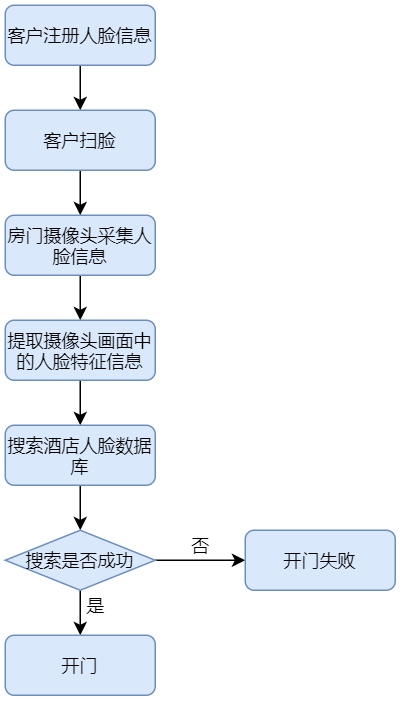
AndSonder/smart-hotel-database keeps this draw.io diagram as docs/src/扫脸开门.png. Above is the earlier version. Source tidied: cells renumbered, new cells last; positions are measured from the earlier drawing's top-left corner, leaving out a move shared by most shapes. The source it was exported from:
```xml
<mxGraphModel>
  <root>
    <mxCell id="0" />
    <mxCell id="1" parent="0" />
    <mxCell id="2" style="edgeStyle=orthogonalEdgeStyle;rounded=0;jettySize=auto;html=1;exitX=0.5;exitY=1;exitDx=0;exitDy=0;entryX=0.5;entryY=0;entryDx=0;entryDy=0;" parent="1" edge="1" source="3" target="5">
      <mxGeometry relative="1" as="geometry" />
    </mxCell>
    <mxCell id="3" value="客户注册人脸信息" style="rounded=1;whiteSpace=wrap;html=1;fontSize=12;glass=0;strokeWidth=1;shadow=0;fillColor=#dae8fc;strokeColor=#6c8ebf;" parent="1" vertex="1">
      <mxGeometry width="100" height="40" as="geometry" />
    </mxCell>
    <mxCell id="4" style="edgeStyle=orthogonalEdgeStyle;rounded=0;jettySize=auto;html=1;exitX=0.5;exitY=1;exitDx=0;exitDy=0;entryX=0.5;entryY=0;entryDx=0;entryDy=0;" parent="1" edge="1" source="5" target="7">
      <mxGeometry relative="1" as="geometry" />
    </mxCell>
    <mxCell id="5" value="客户扫脸" style="rounded=1;whiteSpace=wrap;html=1;fontSize=12;glass=0;strokeWidth=1;shadow=0;fillColor=#dae8fc;strokeColor=#6c8ebf;" parent="1" vertex="1">
      <mxGeometry y="70" width="100" height="40" as="geometry" />
    </mxCell>
    <mxCell id="6" style="edgeStyle=orthogonalEdgeStyle;rounded=0;jettySize=auto;html=1;exitX=0.5;exitY=1;exitDx=0;exitDy=0;entryX=0.5;entryY=0;entryDx=0;entryDy=0;" parent="1" edge="1" source="7" target="9">
      <mxGeometry relative="1" as="geometry" />
    </mxCell>
    <mxCell id="7" value="房门摄像头采集人脸信息" style="rounded=1;whiteSpace=wrap;html=1;fontSize=12;glass=0;strokeWidth=1;shadow=0;fillColor=#dae8fc;strokeColor=#6c8ebf;" parent="1" vertex="1">
      <mxGeometry y="140" width="100" height="40" as="geometry" />
    </mxCell>
    <mxCell id="8" style="edgeStyle=orthogonalEdgeStyle;rounded=0;jettySize=auto;html=1;exitX=0.5;exitY=1;exitDx=0;exitDy=0;" parent="1" edge="1" source="9" target="11">
      <mxGeometry relative="1" as="geometry" />
    </mxCell>
    <mxCell id="9" value="提取摄像头画面中的人脸特征信息" style="rounded=1;whiteSpace=wrap;html=1;fontSize=12;glass=0;strokeWidth=1;shadow=0;fillColor=#dae8fc;strokeColor=#6c8ebf;" parent="1" vertex="1">
      <mxGeometry y="210" width="100" height="40" as="geometry" />
    </mxCell>
    <mxCell id="10" style="edgeStyle=orthogonalEdgeStyle;rounded=0;jettySize=auto;html=1;exitX=0.5;exitY=1;exitDx=0;exitDy=0;entryX=0.5;entryY=0;entryDx=0;entryDy=0;" parent="1" edge="1" source="11" target="14">
      <mxGeometry relative="1" as="geometry" />
    </mxCell>
    <mxCell id="11" value="搜索酒店人脸数据库" style="rounded=1;whiteSpace=wrap;html=1;fontSize=12;glass=0;strokeWidth=1;shadow=0;fillColor=#dae8fc;strokeColor=#6c8ebf;" parent="1" vertex="1">
      <mxGeometry y="280" width="100" height="40" as="geometry" />
    </mxCell>
    <mxCell id="12" style="edgeStyle=orthogonalEdgeStyle;rounded=0;jettySize=auto;html=1;" parent="1" edge="1" source="14" target="15">
      <mxGeometry relative="1" as="geometry" />
    </mxCell>
    <mxCell id="13" style="edgeStyle=orthogonalEdgeStyle;rounded=0;jettySize=auto;html=1;exitX=1;exitY=0.5;exitDx=0;exitDy=0;" parent="1" edge="1" source="14" target="17">
      <mxGeometry relative="1" as="geometry" />
    </mxCell>
    <mxCell id="14" value="搜索是否成功" style="rhombus;whiteSpace=wrap;html=1;fillColor=#dae8fc;strokeColor=#6c8ebf;" parent="1" vertex="1">
      <mxGeometry y="350" width="100" height="40" as="geometry" />
    </mxCell>
    <mxCell id="15" value="开门" style="rounded=1;whiteSpace=wrap;html=1;fontSize=12;glass=0;strokeWidth=1;shadow=0;fillColor=#dae8fc;strokeColor=#6c8ebf;" parent="1" vertex="1">
      <mxGeometry y="420" width="100" height="40" as="geometry" />
    </mxCell>
    <mxCell id="16" value="是" style="text;html=1;align=center;verticalAlign=middle;strokeColor=none;" parent="1" vertex="1">
      <mxGeometry x="45" y="390" width="30" height="20" as="geometry" />
    </mxCell>
    <mxCell id="17" value="开门失败" style="rounded=1;whiteSpace=wrap;html=1;fontSize=12;glass=0;strokeWidth=1;shadow=0;fillColor=#dae8fc;strokeColor=#6c8ebf;" parent="1" vertex="1">
      <mxGeometry x="160" y="350" width="100" height="40" as="geometry" />
    </mxCell>
    <mxCell id="18" value="否" style="text;html=1;align=center;verticalAlign=middle;strokeColor=none;" parent="1" vertex="1">
      <mxGeometry x="115" y="350" width="30" height="20" as="geometry" />
    </mxCell>
  </root>
</mxGraphModel>
```
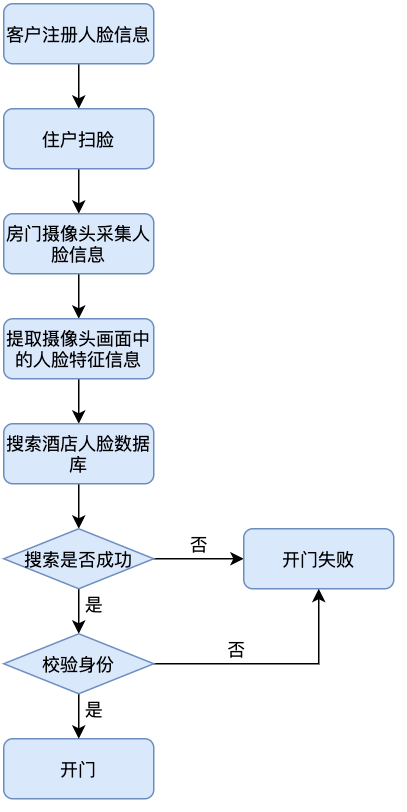
The same diagram one commit later.

Change to the diagram source:
```diff
@@ -11,7 +11,7 @@
     <mxCell id="4" style="edgeStyle=orthogonalEdgeStyle;rounded=0;jettySize=auto;html=1;exitX=0.5;exitY=1;exitDx=0;exitDy=0;entryX=0.5;entryY=0;entryDx=0;entryDy=0;" parent="1" edge="1" source="5" target="7">
       <mxGeometry relative="1" as="geometry" />
     </mxCell>
-    <mxCell id="5" value="客户扫脸" style="rounded=1;whiteSpace=wrap;html=1;fontSize=12;glass=0;strokeWidth=1;shadow=0;fillColor=#dae8fc;strokeColor=#6c8ebf;" parent="1" vertex="1">
+    <mxCell id="5" value="住户扫脸" style="rounded=1;whiteSpace=wrap;html=1;fontSize=12;glass=0;strokeWidth=1;shadow=0;fillColor=#dae8fc;strokeColor=#6c8ebf;" parent="1" vertex="1">
       <mxGeometry y="70" width="100" height="40" as="geometry" />
     </mxCell>
     <mxCell id="6" style="edgeStyle=orthogonalEdgeStyle;rounded=0;jettySize=auto;html=1;exitX=0.5;exitY=1;exitDx=0;exitDy=0;entryX=0.5;entryY=0;entryDx=0;entryDy=0;" parent="1" edge="1" source="7" target="9">
@@ -32,7 +32,7 @@
     <mxCell id="11" value="搜索酒店人脸数据库" style="rounded=1;whiteSpace=wrap;html=1;fontSize=12;glass=0;strokeWidth=1;shadow=0;fillColor=#dae8fc;strokeColor=#6c8ebf;" parent="1" vertex="1">
       <mxGeometry y="280" width="100" height="40" as="geometry" />
     </mxCell>
-    <mxCell id="12" style="edgeStyle=orthogonalEdgeStyle;rounded=0;jettySize=auto;html=1;" parent="1" edge="1" source="14" target="15">
+    <mxCell id="12" style="edgeStyle=orthogonalEdgeStyle;rounded=0;jettySize=auto;html=1;entryX=0.5;entryY=0;entryDx=0;entryDy=0;" parent="1" edge="1" source="14" target="21">
       <mxGeometry relative="1" as="geometry" />
     </mxCell>
     <mxCell id="13" style="edgeStyle=orthogonalEdgeStyle;rounded=0;jettySize=auto;html=1;exitX=1;exitY=0.5;exitDx=0;exitDy=0;" parent="1" edge="1" source="14" target="17">
@@ -42,7 +42,7 @@
       <mxGeometry y="350" width="100" height="40" as="geometry" />
     </mxCell>
     <mxCell id="15" value="开门" style="rounded=1;whiteSpace=wrap;html=1;fontSize=12;glass=0;strokeWidth=1;shadow=0;fillColor=#dae8fc;strokeColor=#6c8ebf;" parent="1" vertex="1">
-      <mxGeometry y="420" width="100" height="40" as="geometry" />
+      <mxGeometry y="490" width="100" height="40" as="geometry" />
     </mxCell>
     <mxCell id="16" value="是" style="text;html=1;align=center;verticalAlign=middle;strokeColor=none;" parent="1" vertex="1">
       <mxGeometry x="45" y="390" width="30" height="20" as="geometry" />
@@ -53,5 +53,22 @@
     <mxCell id="18" value="否" style="text;html=1;align=center;verticalAlign=middle;strokeColor=none;" parent="1" vertex="1">
       <mxGeometry x="115" y="350" width="30" height="20" as="geometry" />
     </mxCell>
+    <mxCell id="19" style="edgeStyle=orthogonalEdgeStyle;rounded=0;jettySize=auto;html=1;entryX=0.5;entryY=0;entryDx=0;entryDy=0;" parent="1" edge="1" source="21" target="15">
+      <mxGeometry relative="1" as="geometry" />
+    </mxCell>
+    <mxCell id="20" style="edgeStyle=orthogonalEdgeStyle;rounded=0;jettySize=auto;html=1;" parent="1" edge="1" source="21">
+      <mxGeometry relative="1" as="geometry">
+        <mxPoint x="210" y="390" as="targetPoint" />
+      </mxGeometry>
+    </mxCell>
+    <mxCell id="21" value="&lt;font style=&quot;font-size: 12px&quot;&gt;校验身份&lt;/font&gt;" style="rhombus;whiteSpace=wrap;html=1;fillColor=#dae8fc;strokeColor=#6c8ebf;" parent="1" vertex="1">
+      <mxGeometry y="420" width="100" height="40" as="geometry" />
+    </mxCell>
+    <mxCell id="22" value="是" style="text;html=1;align=center;verticalAlign=middle;strokeColor=none;" parent="1" vertex="1">
+      <mxGeometry x="45" y="460" width="30" height="20" as="geometry" />
+    </mxCell>
+    <mxCell id="23" value="否" style="text;html=1;align=center;verticalAlign=middle;strokeColor=none;" parent="1" vertex="1">
+      <mxGeometry x="140" y="420" width="30" height="20" as="geometry" />
+    </mxCell>
   </root>
 </mxGraphModel>
```
